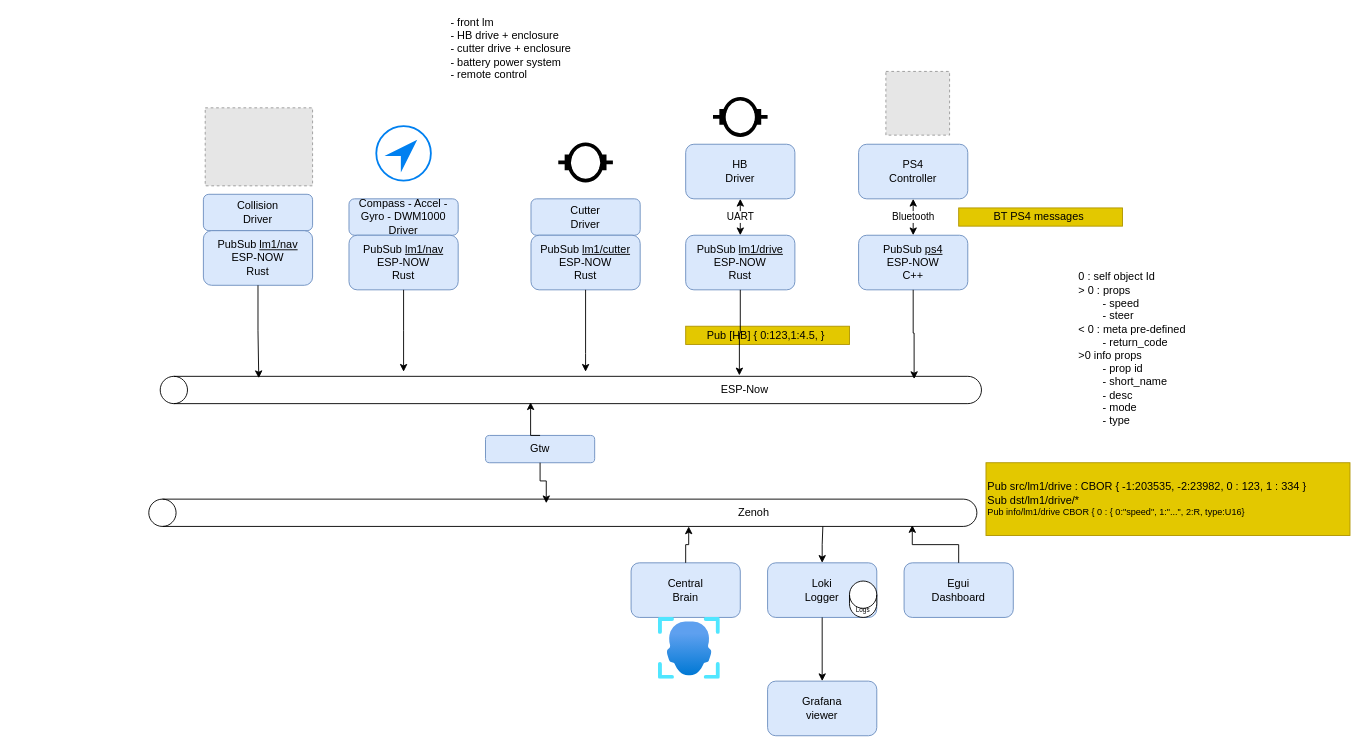
Above: page "architecture" (3 of 3) of design.drawio in vortex314/zenoh-projects (draw.io), before the change. Source tidied: cells renumbered, new cells numbered last; positions are measured from the earlier drawing's top-left corner, leaving out a move shared by most shapes. Both pictures are drawn from the tidied source at 91%, with x=0, y=0 at pixel (203, -21). Pictures stored in the file or linked from it are replaced by grey dashed boxes.
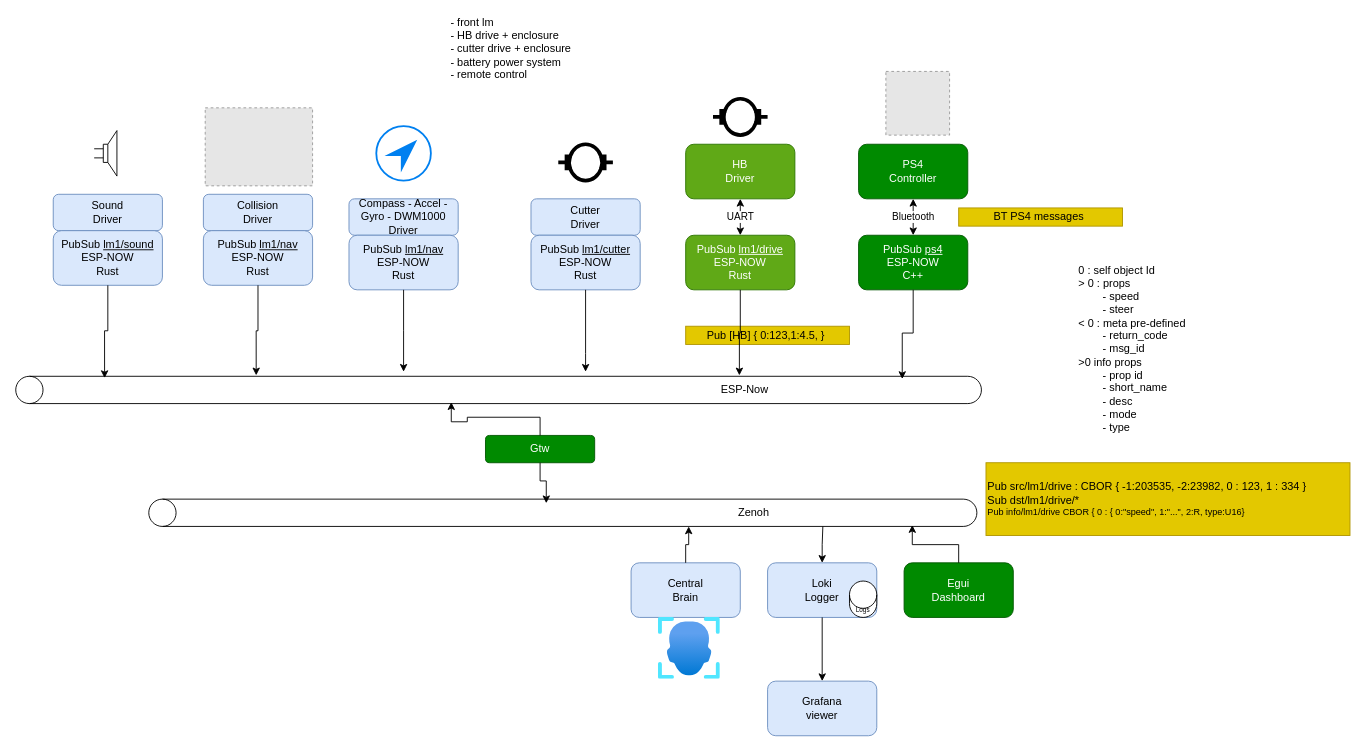
The same page after the edit.

Unchanged cells that the change refers to:
```xml
<mxCell id="43" value="PubSub &lt;u&gt;lm1/nav&lt;/u&gt;&lt;div&gt;&lt;span style=&quot;background-color: initial;&quot;&gt;ESP-NOW&lt;/span&gt;&lt;br&gt;&lt;/div&gt;&lt;div&gt;&lt;span style=&quot;background-color: initial;&quot;&gt;Rust&lt;/span&gt;&lt;/div&gt;" style="rounded=1;whiteSpace=wrap;html=1;fillColor=#dae8fc;strokeColor=#6c8ebf;" parent="1" vertex="1">
  <mxGeometry y="276" width="120" height="60" as="geometry" />
</mxCell>
```

Diff of the diagram source:
```diff
@@
-    <mxCell id="4" value="HB&lt;div&gt;Driver&lt;/div&gt;" style="rounded=1;whiteSpace=wrap;html=1;fillColor=#dae8fc;strokeColor=#6c8ebf;" parent="1" vertex="1">
+    <mxCell id="4" value="HB&lt;div&gt;Driver&lt;/div&gt;" style="rounded=1;whiteSpace=wrap;html=1;fillColor=#60a917;strokeColor=#2D7600;fontColor=#ffffff;" parent="1" vertex="1">
       <mxGeometry x="530" y="181" width="120" height="60" as="geometry" />
     </mxCell>
-    <mxCell id="5" value="PubSub &lt;u&gt;lm1/drive&lt;/u&gt;&lt;div&gt;&lt;span style=&quot;background-color: initial;&quot;&gt;ESP-NOW&lt;/span&gt;&lt;br&gt;&lt;/div&gt;&lt;div&gt;&lt;span style=&quot;background-color: initial;&quot;&gt;Rust&lt;/span&gt;&lt;/div&gt;" style="rounded=1;whiteSpace=wrap;html=1;fillColor=#dae8fc;strokeColor=#6c8ebf;" parent="1" vertex="1">
+    <mxCell id="5" value="PubSub &lt;u&gt;lm1/drive&lt;/u&gt;&lt;div&gt;&lt;span style=&quot;background-color: initial;&quot;&gt;ESP-NOW&lt;/span&gt;&lt;br&gt;&lt;/div&gt;&lt;div&gt;&lt;span style=&quot;background-color: initial;&quot;&gt;Rust&lt;/span&gt;&lt;/div&gt;" style="rounded=1;whiteSpace=wrap;html=1;fillColor=#60a917;strokeColor=#2D7600;fontColor=#ffffff;" parent="1" vertex="1">
       <mxGeometry x="530" y="281" width="120" height="60" as="geometry" />
     </mxCell>
@@
     <mxCell id="10" style="shape=cylinder3;whiteSpace=wrap;html=1;boundedLbl=1;backgroundOutline=1;size=15;rotation=-90;" parent="1" vertex="1">
-      <mxGeometry x="388.8" y="-0.2" width="30" height="902.5" as="geometry" />
+      <mxGeometry x="309.4" y="-79.6" width="30" height="1061.2" as="geometry" />
     </mxCell>
@@
-    <mxCell id="13" value="Gtw" style="rounded=1;whiteSpace=wrap;html=1;fillColor=#dae8fc;strokeColor=#6c8ebf;" parent="1" vertex="1">
+    <mxCell id="13" value="Gtw" style="rounded=1;whiteSpace=wrap;html=1;fillColor=#008a00;strokeColor=#005700;fontColor=#ffffff;" parent="1" vertex="1">
       <mxGeometry x="310" y="501" width="120" height="30" as="geometry" />
     </mxCell>
@@
-    <mxCell id="16" value="Egui&lt;div&gt;Dashboard&lt;/div&gt;" style="rounded=1;whiteSpace=wrap;html=1;fillColor=#dae8fc;strokeColor=#6c8ebf;" parent="1" vertex="1">
+    <mxCell id="16" value="Egui&lt;div&gt;Dashboard&lt;/div&gt;" style="rounded=1;whiteSpace=wrap;html=1;fillColor=#008a00;strokeColor=#005700;fontColor=#ffffff;" parent="1" vertex="1">
       <mxGeometry x="770" y="641" width="120" height="60" as="geometry" />
     </mxCell>
@@
-    <mxCell id="23" value="PS4&lt;div&gt;Controller&lt;/div&gt;" style="rounded=1;whiteSpace=wrap;html=1;fillColor=#dae8fc;strokeColor=#6c8ebf;" parent="1" vertex="1">
+    <mxCell id="23" value="PS4&lt;div&gt;Controller&lt;/div&gt;" style="rounded=1;whiteSpace=wrap;html=1;fillColor=#008a00;strokeColor=#005700;fontColor=#ffffff;" parent="1" vertex="1">
       <mxGeometry x="720" y="181" width="120" height="60" as="geometry" />
     </mxCell>
-    <mxCell id="24" value="PubSub &lt;u&gt;ps4&lt;/u&gt;&lt;div&gt;&lt;span style=&quot;background-color: initial;&quot;&gt;ESP-NOW&lt;/span&gt;&lt;br&gt;&lt;/div&gt;&lt;div&gt;&lt;span style=&quot;background-color: initial;&quot;&gt;C++&lt;/span&gt;&lt;/div&gt;" style="rounded=1;whiteSpace=wrap;html=1;fillColor=#dae8fc;strokeColor=#6c8ebf;" parent="1" vertex="1">
+    <mxCell id="24" value="PubSub &lt;u&gt;ps4&lt;/u&gt;&lt;div&gt;&lt;span style=&quot;background-color: initial;&quot;&gt;ESP-NOW&lt;/span&gt;&lt;br&gt;&lt;/div&gt;&lt;div&gt;&lt;span style=&quot;background-color: initial;&quot;&gt;C++&lt;/span&gt;&lt;/div&gt;" style="rounded=1;whiteSpace=wrap;html=1;fillColor=#008a00;strokeColor=#005700;fontColor=#ffffff;" parent="1" vertex="1">
       <mxGeometry x="720" y="281" width="120" height="60" as="geometry" />
     </mxCell>
@@
-    <mxCell id="37" value="0 : self object Id&lt;div&gt;&amp;gt; 0 : props&lt;/div&gt;&lt;div&gt;&lt;span style=&quot;white-space: pre;&quot;&gt;&#9;&lt;/span&gt;- speed&lt;br&gt;&lt;/div&gt;&lt;div&gt;&lt;span style=&quot;white-space: pre;&quot;&gt;&#9;&lt;/span&gt;- steer&amp;nbsp;&lt;br&gt;&lt;/div&gt;&lt;div&gt;&amp;lt; 0 : meta pre-defined&amp;nbsp;&lt;/div&gt;&lt;div&gt;&lt;span style=&quot;background-color: initial; white-space: pre;&quot;&gt;&#9;&lt;/span&gt;&lt;span style=&quot;background-color: initial;&quot;&gt;- return_code&lt;/span&gt;&lt;br&gt;&lt;/div&gt;&lt;div&gt;&amp;gt;0 info props&amp;nbsp;&lt;/div&gt;&lt;div&gt;&lt;span style=&quot;background-color: initial; white-space: pre;&quot;&gt;&#9;&lt;/span&gt;&lt;span style=&quot;background-color: initial;&quot;&gt;- prop id&lt;/span&gt;&lt;/div&gt;&lt;div&gt;&lt;span style=&quot;background-color: initial;&quot;&gt;&lt;span style=&quot;white-space: pre;&quot;&gt;&#9;&lt;/span&gt;- short_name&lt;/span&gt;&lt;br&gt;&lt;/div&gt;&lt;div&gt;&lt;span style=&quot;white-space: pre;&quot;&gt;&#9;&lt;/span&gt;- desc&lt;/div&gt;&lt;div&gt;&lt;span style=&quot;white-space: pre;&quot;&gt;&#9;&lt;/span&gt;- mode&lt;/div&gt;&lt;div&gt;&lt;span style=&quot;white-space: pre;&quot;&gt;&#9;&lt;/span&gt;- type&amp;nbsp;&amp;nbsp;&lt;/div&gt;" style="text;html=1;align=left;verticalAlign=middle;whiteSpace=wrap;rounded=0;" parent="1" vertex="1">
+    <mxCell id="37" value="0 : self object Id&lt;div&gt;&amp;gt; 0 : props&lt;/div&gt;&lt;div&gt;&lt;span style=&quot;white-space: pre;&quot;&gt;&#9;&lt;/span&gt;- speed&lt;br&gt;&lt;/div&gt;&lt;div&gt;&lt;span style=&quot;white-space: pre;&quot;&gt;&#9;&lt;/span&gt;- steer&amp;nbsp;&lt;br&gt;&lt;/div&gt;&lt;div&gt;&amp;lt; 0 : meta pre-defined&amp;nbsp;&lt;/div&gt;&lt;div&gt;&lt;span style=&quot;background-color: initial; white-space: pre;&quot;&gt;&#9;&lt;/span&gt;&lt;span style=&quot;background-color: initial;&quot;&gt;- return_code&lt;/span&gt;&lt;br&gt;&lt;/div&gt;&lt;div&gt;&lt;span style=&quot;background-color: initial;&quot;&gt;&lt;span style=&quot;white-space: pre;&quot;&gt;&#9;&lt;/span&gt;- msg_id&lt;br&gt;&lt;/span&gt;&lt;/div&gt;&lt;div&gt;&amp;gt;0 info props&amp;nbsp;&lt;/div&gt;&lt;div&gt;&lt;span style=&quot;background-color: initial; white-space: pre;&quot;&gt;&#9;&lt;/span&gt;&lt;span style=&quot;background-color: initial;&quot;&gt;- prop id&lt;/span&gt;&lt;/div&gt;&lt;div&gt;&lt;span style=&quot;background-color: initial;&quot;&gt;&lt;span style=&quot;white-space: pre;&quot;&gt;&#9;&lt;/span&gt;- short_name&lt;/span&gt;&lt;br&gt;&lt;/div&gt;&lt;div&gt;&lt;span style=&quot;white-space: pre;&quot;&gt;&#9;&lt;/span&gt;- desc&lt;/div&gt;&lt;div&gt;&lt;span style=&quot;white-space: pre;&quot;&gt;&#9;&lt;/span&gt;- mode&lt;/div&gt;&lt;div&gt;&lt;span style=&quot;white-space: pre;&quot;&gt;&#9;&lt;/span&gt;- type&amp;nbsp;&amp;nbsp;&lt;/div&gt;" style="text;html=1;align=left;verticalAlign=middle;whiteSpace=wrap;rounded=0;" parent="1" vertex="1">
       <mxGeometry x="960" y="291" width="260" height="230" as="geometry" />
     </mxCell>
@@
-    <mxCell id="44" style="edgeStyle=orthogonalEdgeStyle;rounded=0;jettySize=auto;html=1;exitX=0.5;exitY=1;exitDx=0;exitDy=0;entryX=0.933;entryY=0.12;entryDx=0;entryDy=0;entryPerimeter=0;" parent="1" edge="1" source="43" target="10">
+    <mxCell id="44" style="edgeStyle=orthogonalEdgeStyle;rounded=0;jettySize=auto;html=1;exitX=0.5;exitY=1;exitDx=0;exitDy=0;entryX=1.034;entryY=0.249;entryDx=0;entryDy=0;entryPerimeter=0;" parent="1" edge="1" source="43" target="10">
       <mxGeometry relative="1" as="geometry" />
     </mxCell>
@@
+    <mxCell id="46" value="&lt;div&gt;&lt;span style=&quot;background-color: initial;&quot;&gt;Sound&lt;/span&gt;&lt;/div&gt;&lt;div&gt;&lt;span style=&quot;background-color: initial;&quot;&gt;Driver&lt;/span&gt;&lt;br&gt;&lt;/div&gt;" style="rounded=1;whiteSpace=wrap;html=1;fillColor=#dae8fc;strokeColor=#6c8ebf;" parent="1" vertex="1">
+      <mxGeometry x="-165" y="236" width="120" height="40" as="geometry" />
+    </mxCell>
+    <mxCell id="47" value="PubSub &lt;u&gt;lm1/sound&lt;/u&gt;&lt;div&gt;&lt;span style=&quot;background-color: initial;&quot;&gt;ESP-NOW&lt;/span&gt;&lt;br&gt;&lt;/div&gt;&lt;div&gt;&lt;span style=&quot;background-color: initial;&quot;&gt;Rust&lt;/span&gt;&lt;/div&gt;" style="rounded=1;whiteSpace=wrap;html=1;fillColor=#dae8fc;strokeColor=#6c8ebf;" parent="1" vertex="1">
+      <mxGeometry x="-165" y="276" width="120" height="60" as="geometry" />
+    </mxCell>
+    <mxCell id="48" style="verticalLabelPosition=bottom;shadow=0;dashed=0;align=center;html=1;verticalAlign=top;shape=mxgraph.electrical.electro-mechanical.loudspeaker;" parent="1" vertex="1">
+      <mxGeometry x="-120" y="166" width="25" height="50" as="geometry" />
+    </mxCell>
+    <mxCell id="49" style="edgeStyle=orthogonalEdgeStyle;rounded=0;jettySize=auto;html=1;exitX=0.5;exitY=1;exitDx=0;exitDy=0;entryX=0.934;entryY=0.092;entryDx=0;entryDy=0;entryPerimeter=0;" parent="1" edge="1" source="47" target="10">
+      <mxGeometry relative="1" as="geometry" />
+    </mxCell>
```
